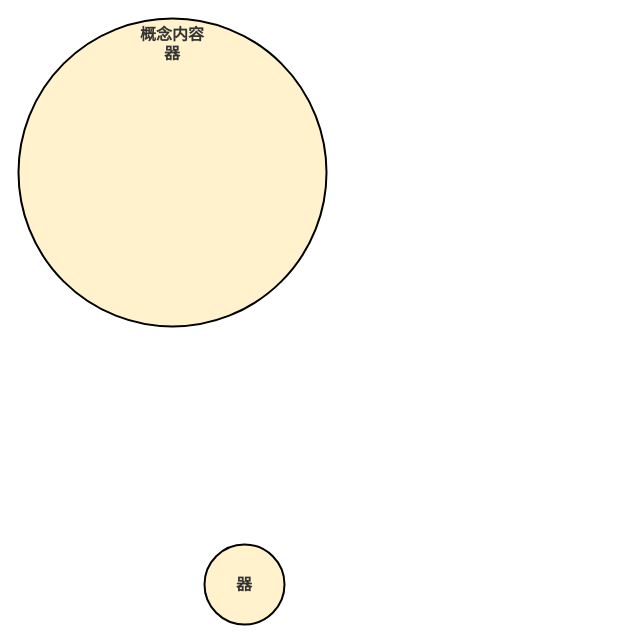
Above: page "概念内容器" (8 of 8) of Notes/机器功能/机器功能.drawio in EntelechySystem/EntelechySystem_theory (draw.io), before the change. Source tidied: cells renumbered, new cells numbered last; positions are measured from the earlier drawing's top-left corner, leaving out a move shared by most shapes. Both pictures are drawn from the tidied source at 100%, with x=0, y=0 at pixel (18, 18).
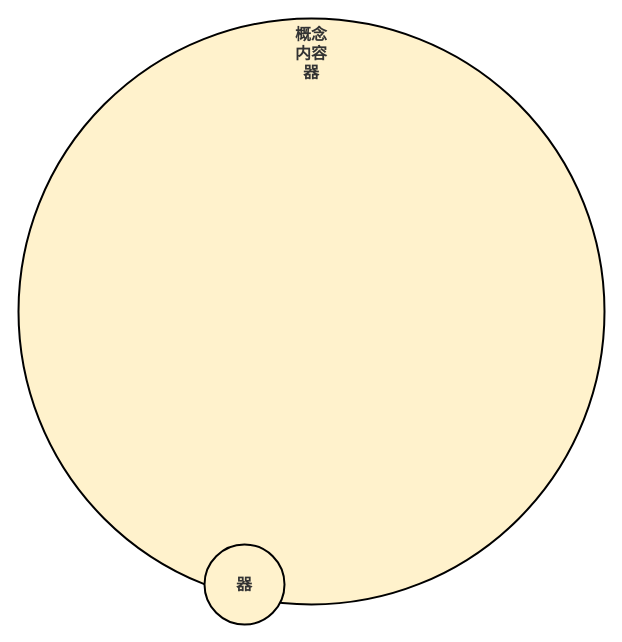
The same page after the edit.

What changed in the source:
```diff
@@
 <mxGraphModel>
   <root>
     <mxCell id="0" />
     <mxCell id="1" parent="0" />
-    <mxCell id="2" value="&lt;span style=&quot;font-weight: 700;&quot;&gt;概念&lt;/span&gt;&lt;span style=&quot;font-weight: 700;&quot;&gt;内容&lt;/span&gt;&lt;br style=&quot;font-weight: 700;&quot;&gt;&lt;span style=&quot;font-weight: 700;&quot;&gt;器&lt;/span&gt;" style="ellipse;whiteSpace=wrap;html=1;fontFamily=Times New Roman;fontSize=16;fontColor=#333333;align=center;strokeColor=default;fillColor=#fff2cc;strokeWidth=2;verticalAlign=top;" parent="1" vertex="1">
-      <mxGeometry width="308" height="308" as="geometry" />
+    <mxCell id="2" value="&lt;span style=&quot;font-weight: 700;&quot;&gt;概念&lt;br&gt;&lt;/span&gt;&lt;span style=&quot;font-weight: 700;&quot;&gt;内容&lt;/span&gt;&lt;br style=&quot;font-weight: 700;&quot;&gt;&lt;span style=&quot;font-weight: 700;&quot;&gt;器&lt;/span&gt;" style="ellipse;whiteSpace=wrap;html=1;fontFamily=Times New Roman;fontSize=16;fontColor=#333333;align=center;strokeColor=default;fillColor=#fff2cc;strokeWidth=2;verticalAlign=top;" parent="1" vertex="1">
+      <mxGeometry width="586" height="586" as="geometry" />
     </mxCell>
     <mxCell id="3" value="&lt;font style=&quot;font-size: 16px;&quot;&gt;器&lt;br&gt;&lt;/font&gt;" style="ellipse;whiteSpace=wrap;html=1;fontFamily=Times New Roman;fontSize=12;fontColor=#333333;align=center;strokeColor=default;fillColor=#fff2cc;strokeWidth=2;fontStyle=1;" parent="1" vertex="1">
       <mxGeometry x="186" y="526" width="80" height="80" as="geometry" />
     </mxCell>
   </root>
 </mxGraphModel>
```
